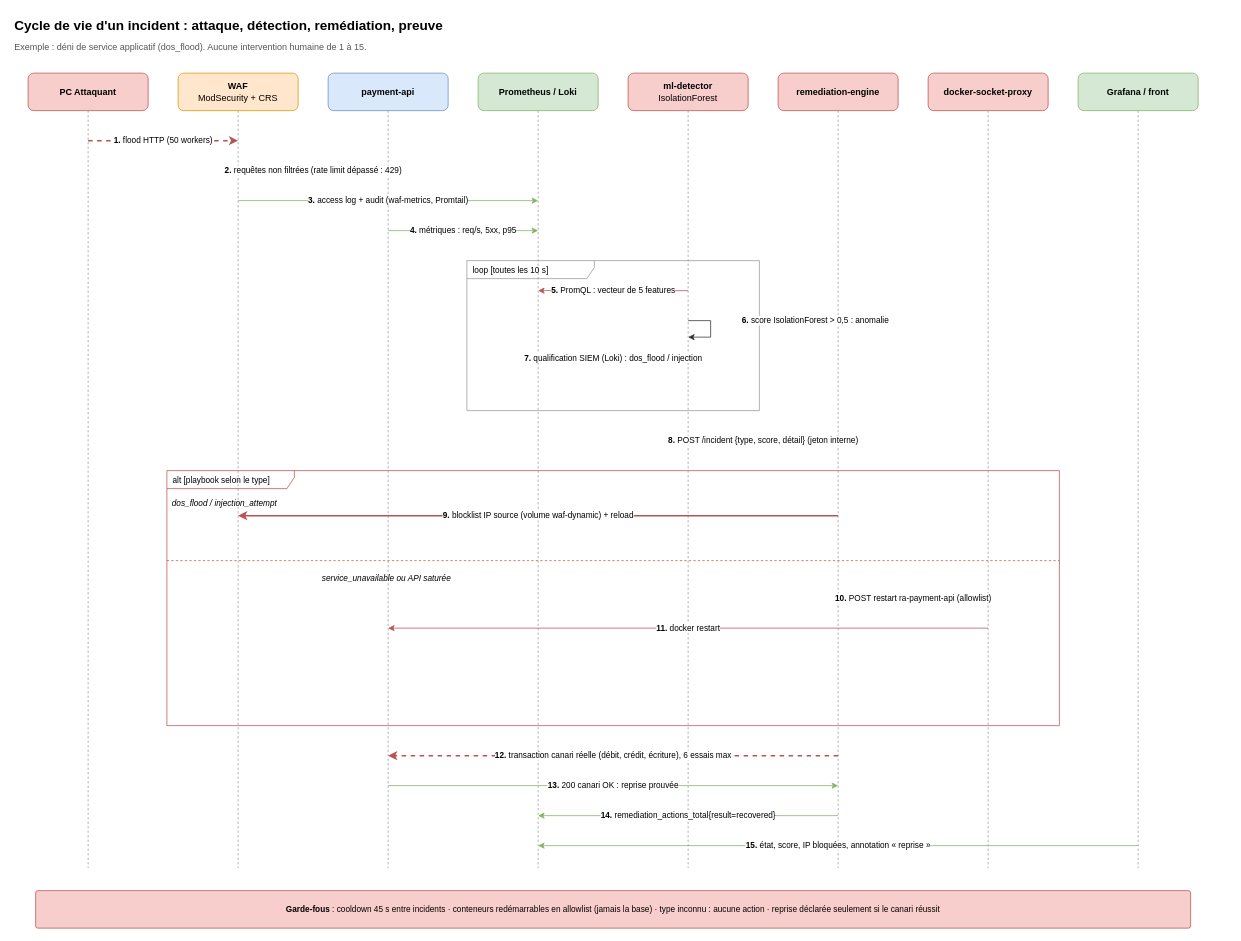
Rococo77/Workshop-26 keeps this draw.io diagram as page "Séquence d'un incident" (1 of 2) of docs/diagrams/incident.drawio. Above is the earlier version. Source tidied: cells renumbered, new cells numbered last; positions are measured from the earlier drawing's top-left corner, leaving out a move shared by most shapes. Both pictures are drawn from the tidied source at 75%, with x=0, y=0 at pixel (13, 13).
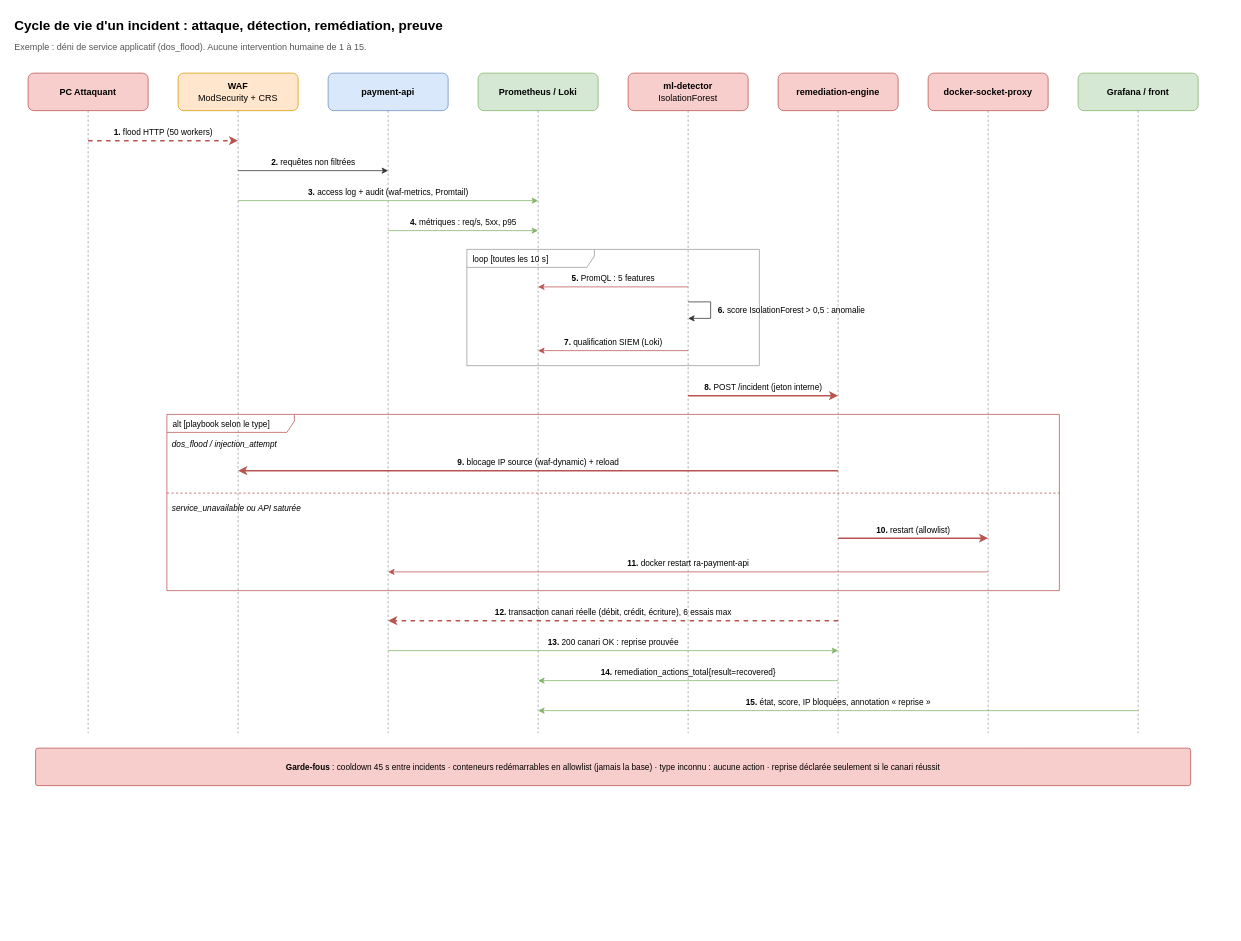
Above is the later version.

Diff of the diagram source:
```diff
@@
     <mxCell id="5" style="html=1;fontSize=11;labelBackgroundColor=default;strokeColor=#999999;strokeWidth=1;endFill=1;dashed=1;endArrow=none;" parent="1" edge="1">
       <mxGeometry relative="1" as="geometry">
         <mxPoint x="100" y="130" as="sourcePoint" />
-        <mxPoint x="100" y="1140" as="targetPoint" />
+        <mxPoint x="100" y="960" as="targetPoint" />
       </mxGeometry>
     </mxCell>
@@
     <mxCell id="7" style="html=1;fontSize=11;labelBackgroundColor=default;strokeColor=#999999;strokeWidth=1;endFill=1;dashed=1;endArrow=none;" parent="1" edge="1">
       <mxGeometry relative="1" as="geometry">
         <mxPoint x="300" y="130" as="sourcePoint" />
-        <mxPoint x="300" y="1140" as="targetPoint" />
+        <mxPoint x="300" y="960" as="targetPoint" />
       </mxGeometry>
     </mxCell>
@@
     <mxCell id="9" style="html=1;fontSize=11;labelBackgroundColor=default;strokeColor=#999999;strokeWidth=1;endFill=1;dashed=1;endArrow=none;" parent="1" edge="1">
       <mxGeometry relative="1" as="geometry">
         <mxPoint x="500" y="130" as="sourcePoint" />
-        <mxPoint x="500" y="1140" as="targetPoint" />
+        <mxPoint x="500" y="960" as="targetPoint" />
       </mxGeometry>
     </mxCell>
@@
     <mxCell id="11" style="html=1;fontSize=11;labelBackgroundColor=default;strokeColor=#999999;strokeWidth=1;endFill=1;dashed=1;endArrow=none;" parent="1" edge="1">
       <mxGeometry relative="1" as="geometry">
         <mxPoint x="700" y="130" as="sourcePoint" />
-        <mxPoint x="700" y="1140" as="targetPoint" />
+        <mxPoint x="700" y="960" as="targetPoint" />
       </mxGeometry>
     </mxCell>
@@
     <mxCell id="13" style="html=1;fontSize=11;labelBackgroundColor=default;strokeColor=#999999;strokeWidth=1;endFill=1;dashed=1;endArrow=none;" parent="1" edge="1">
       <mxGeometry relative="1" as="geometry">
         <mxPoint x="900" y="130" as="sourcePoint" />
-        <mxPoint x="900" y="1140" as="targetPoint" />
+        <mxPoint x="900" y="960" as="targetPoint" />
       </mxGeometry>
     </mxCell>
@@
     <mxCell id="15" style="html=1;fontSize=11;labelBackgroundColor=default;strokeColor=#999999;strokeWidth=1;endFill=1;dashed=1;endArrow=none;" parent="1" edge="1">
       <mxGeometry relative="1" as="geometry">
         <mxPoint x="1100" y="130" as="sourcePoint" />
-        <mxPoint x="1100" y="1140" as="targetPoint" />
+        <mxPoint x="1100" y="960" as="targetPoint" />
       </mxGeometry>
     </mxCell>
@@
     <mxCell id="17" style="html=1;fontSize=11;labelBackgroundColor=default;strokeColor=#999999;strokeWidth=1;endFill=1;dashed=1;endArrow=none;" parent="1" edge="1">
       <mxGeometry relative="1" as="geometry">
         <mxPoint x="1300" y="130" as="sourcePoint" />
-        <mxPoint x="1300" y="1140" as="targetPoint" />
+        <mxPoint x="1300" y="960" as="targetPoint" />
       </mxGeometry>
     </mxCell>
@@
     <mxCell id="19" style="html=1;fontSize=11;labelBackgroundColor=default;strokeColor=#999999;strokeWidth=1;endFill=1;dashed=1;endArrow=none;" parent="1" edge="1">
       <mxGeometry relative="1" as="geometry">
         <mxPoint x="1500" y="130" as="sourcePoint" />
-        <mxPoint x="1500" y="1140" as="targetPoint" />
+        <mxPoint x="1500" y="960" as="targetPoint" />
       </mxGeometry>
     </mxCell>
-    <mxCell id="20" value="&lt;b&gt;1.&lt;/b&gt; flood HTTP (50 workers)" style="html=1;fontSize=11;labelBackgroundColor=default;strokeColor=#b85450;strokeWidth=2;endFill=1;dashed=1;" parent="1" edge="1">
+    <mxCell id="20" value="&lt;b&gt;1.&lt;/b&gt; flood HTTP (50 workers)" style="html=1;fontSize=11;labelBackgroundColor=default;strokeColor=#b85450;strokeWidth=2;endFill=1;dashed=1;verticalAlign=bottom;labelBackgroundColor=none;spacingBottom=2;" parent="1" edge="1">
       <mxGeometry relative="1" as="geometry">
         <mxPoint x="100" y="170" as="sourcePoint" />
         <mxPoint x="300" y="170" as="targetPoint" />
       </mxGeometry>
     </mxCell>
-    <mxCell id="21" value="&lt;b&gt;2.&lt;/b&gt; requêtes non filtrées (rate limit dépassé : 429)" style="html=1;fontSize=11;labelBackgroundColor=default;strokeColor=#333333;strokeWidth=1;endFill=1;" parent="1" edge="1">
+    <mxCell id="21" value="&lt;b&gt;2.&lt;/b&gt; requêtes non filtrées" style="html=1;fontSize=11;labelBackgroundColor=default;strokeColor=#333333;strokeWidth=1;endFill=1;verticalAlign=bottom;labelBackgroundColor=none;spacingBottom=2;" parent="1" edge="1">
       <mxGeometry relative="1" as="geometry">
         <mxPoint x="300" y="210" as="sourcePoint" />
         <mxPoint x="500" y="210" as="targetPoint" />
       </mxGeometry>
     </mxCell>
-    <mxCell id="22" value="&lt;b&gt;3.&lt;/b&gt; access log + audit (waf-metrics, Promtail)" style="html=1;fontSize=11;labelBackgroundColor=default;strokeColor=#82b366;strokeWidth=1;endFill=1;" parent="1" edge="1">
+    <mxCell id="22" value="&lt;b&gt;3.&lt;/b&gt; access log + audit (waf-metrics, Promtail)" style="html=1;fontSize=11;labelBackgroundColor=default;strokeColor=#82b366;strokeWidth=1;endFill=1;verticalAlign=bottom;labelBackgroundColor=none;spacingBottom=2;" parent="1" edge="1">
       <mxGeometry relative="1" as="geometry">
         <mxPoint x="300" y="250" as="sourcePoint" />
         <mxPoint x="700" y="250" as="targetPoint" />
       </mxGeometry>
     </mxCell>
-    <mxCell id="23" value="&lt;b&gt;4.&lt;/b&gt; métriques : req/s, 5xx, p95" style="html=1;fontSize=11;labelBackgroundColor=default;strokeColor=#82b366;strokeWidth=1;endFill=1;" parent="1" edge="1">
+    <mxCell id="23" value="&lt;b&gt;4.&lt;/b&gt; métriques : req/s, 5xx, p95" style="html=1;fontSize=11;labelBackgroundColor=default;strokeColor=#82b366;strokeWidth=1;endFill=1;verticalAlign=bottom;labelBackgroundColor=none;spacingBottom=2;" parent="1" edge="1">
       <mxGeometry relative="1" as="geometry">
         <mxPoint x="500" y="290" as="sourcePoint" />
         <mxPoint x="700" y="290" as="targetPoint" />
       </mxGeometry>
     </mxCell>
     <mxCell id="24" value="loop [toutes les 10 s]" style="shape=umlFrame;whiteSpace=wrap;html=1;width=170;height=24;fontSize=11;strokeColor=#999999;fillColor=none;boundedLbl=1;verticalAlign=top;align=left;spacingLeft=6;" parent="1" vertex="1">
-      <mxGeometry x="605" y="330" width="390" height="200" as="geometry" />
+      <mxGeometry x="605" y="315" width="390" height="155" as="geometry" />
     </mxCell>
-    <mxCell id="25" value="&lt;b&gt;5.&lt;/b&gt; PromQL : vecteur de 5 features" style="html=1;fontSize=11;labelBackgroundColor=default;strokeColor=#b85450;strokeWidth=1;endFill=1;" parent="1" edge="1">
+    <mxCell id="25" value="&lt;b&gt;5.&lt;/b&gt; PromQL : 5 features" style="html=1;fontSize=11;labelBackgroundColor=default;strokeColor=#b85450;strokeWidth=1;endFill=1;verticalAlign=bottom;labelBackgroundColor=none;spacingBottom=2;" parent="1" edge="1">
       <mxGeometry relative="1" as="geometry">
-        <mxPoint x="900" y="370" as="sourcePoint" />
-        <mxPoint x="700" y="370" as="targetPoint" />
+        <mxPoint x="900" y="365" as="sourcePoint" />
+        <mxPoint x="700" y="365" as="targetPoint" />
       </mxGeometry>
     </mxCell>
-    <mxCell id="26" value="&lt;b&gt;6.&lt;/b&gt; score IsolationForest &gt; 0,5 : anomalie" style="html=1;fontSize=11;align=left;labelBackgroundColor=default;strokeColor=#333333;endFill=1;edgeStyle=orthogonalEdgeStyle;rounded=0;" parent="1" edge="1">
+    <mxCell id="26" style="html=1;strokeColor=#333333;endFill=1;edgeStyle=orthogonalEdgeStyle;rounded=0;" parent="1" edge="1">
       <mxGeometry relative="1" as="geometry">
-        <mxPoint x="900" y="410" as="sourcePoint" />
-        <mxPoint x="900" y="432" as="targetPoint" />
+        <mxPoint x="900" y="385" as="sourcePoint" />
+        <mxPoint x="900" y="407" as="targetPoint" />
         <Array as="points">
-          <mxPoint x="930" y="410" />
-          <mxPoint x="930" y="432" />
+          <mxPoint x="930" y="385" />
+          <mxPoint x="930" y="407" />
         </Array>
-        <mxPoint x="40" y="-11" as="offset" />
       </mxGeometry>
     </mxCell>
-    <mxCell id="27" value="&lt;b&gt;7.&lt;/b&gt; qualification SIEM (Loki) : dos_flood / injection" style="html=1;fontSize=11;labelBackgroundColor=default;strokeColor=#b85450;strokeWidth=1;endFill=1;" parent="1" edge="1">
-      <mxGeometry relative="1" as="geometry">
-        <mxPoint x="900" y="460" as="sourcePoint" />
-        <mxPoint x="700" y="460" as="targetPoint" />
-      </mxGeometry>
-    </mxCell>
+    <mxCell id="41" value="&lt;b&gt;6.&lt;/b&gt; score IsolationForest &gt; 0,5 : anomalie" style="text;html=1;whiteSpace=wrap;align=left;verticalAlign=top;fontSize=11;verticalAlign=middle;" parent="1" vertex="1">
+      <mxGeometry x="938" y="384" width="420" height="24" as="geometry" />
+    </mxCell>
-    <mxCell id="28" value="&lt;b&gt;8.&lt;/b&gt; POST /incident {type, score, détail} (jeton interne)" style="html=1;fontSize=11;labelBackgroundColor=default;strokeColor=#b85450;strokeWidth=2;endFill=1;" parent="1" edge="1">
+    <mxCell id="28" value="&lt;b&gt;7.&lt;/b&gt; qualification SIEM (Loki)" style="html=1;fontSize=11;labelBackgroundColor=default;strokeColor=#b85450;strokeWidth=1;endFill=1;verticalAlign=bottom;labelBackgroundColor=none;spacingBottom=2;" parent="1" edge="1">
       <mxGeometry relative="1" as="geometry">
-        <mxPoint x="900" y="570" as="sourcePoint" />
-        <mxPoint x="1100" y="570" as="targetPoint" />
+        <mxPoint x="900" y="450" as="sourcePoint" />
+        <mxPoint x="700" y="450" as="targetPoint" />
       </mxGeometry>
     </mxCell>
+    <mxCell id="42" value="&lt;b&gt;8.&lt;/b&gt; POST /incident (jeton interne)" style="html=1;fontSize=11;labelBackgroundColor=default;strokeColor=#b85450;strokeWidth=2;endFill=1;verticalAlign=bottom;labelBackgroundColor=none;spacingBottom=2;" parent="1" edge="1">
+      <mxGeometry relative="1" as="geometry">
+        <mxPoint x="900" y="510" as="sourcePoint" />
+        <mxPoint x="1100" y="510" as="targetPoint" />
+      </mxGeometry>
+    </mxCell>
     <mxCell id="29" value="alt [playbook selon le type]" style="shape=umlFrame;whiteSpace=wrap;html=1;width=170;height=24;fontSize=11;strokeColor=#b85450;fillColor=none;boundedLbl=1;verticalAlign=top;align=left;spacingLeft=6;" parent="1" vertex="1">
-      <mxGeometry x="205" y="610" width="1190" height="340" as="geometry" />
+      <mxGeometry x="205" y="535" width="1190" height="235" as="geometry" />
     </mxCell>
     <mxCell id="30" value="&lt;i&gt;dos_flood / injection_attempt&lt;/i&gt;" style="text;html=1;whiteSpace=wrap;align=left;verticalAlign=top;fontSize=11;" parent="1" vertex="1">
-      <mxGeometry x="210" y="640" width="400" height="20" as="geometry" />
+      <mxGeometry x="210" y="562" width="300" height="20" as="geometry" />
     </mxCell>
-    <mxCell id="31" value="&lt;b&gt;9.&lt;/b&gt; blocklist IP source (volume waf-dynamic) + reload" style="html=1;fontSize=11;labelBackgroundColor=default;strokeColor=#b85450;strokeWidth=2;endFill=1;" parent="1" edge="1">
-      <mxGeometry relative="1" as="geometry">
-        <mxPoint x="1100" y="670" as="sourcePoint" />
-        <mxPoint x="300" y="670" as="targetPoint" />
-      </mxGeometry>
-    </mxCell>
-    <mxCell id="32" style="html=1;fontSize=11;labelBackgroundColor=default;strokeColor=#b85450;strokeWidth=1;endFill=1;dashed=1;endArrow=none;" parent="1" edge="1">
+    <mxCell id="32" value="&lt;b&gt;9.&lt;/b&gt; blocage IP source (waf-dynamic) + reload" style="html=1;fontSize=11;labelBackgroundColor=default;strokeColor=#b85450;strokeWidth=2;endFill=1;verticalAlign=bottom;labelBackgroundColor=none;spacingBottom=2;" parent="1" edge="1">
       <mxGeometry relative="1" as="geometry">
-        <mxPoint x="205" y="730" as="sourcePoint" />
-        <mxPoint x="1395" y="730" as="targetPoint" />
+        <mxPoint x="1100" y="610" as="sourcePoint" />
+        <mxPoint x="300" y="610" as="targetPoint" />
       </mxGeometry>
     </mxCell>
+    <mxCell id="43" style="html=1;fontSize=11;labelBackgroundColor=default;strokeColor=#b85450;strokeWidth=1;endFill=1;dashed=1;endArrow=none;" parent="1" edge="1">
+      <mxGeometry relative="1" as="geometry">
+        <mxPoint x="205" y="640" as="sourcePoint" />
+        <mxPoint x="1395" y="640" as="targetPoint" />
+      </mxGeometry>
+    </mxCell>
     <mxCell id="33" value="&lt;i&gt;service_unavailable ou API saturée&lt;/i&gt;" style="text;html=1;whiteSpace=wrap;align=left;verticalAlign=top;fontSize=11;" parent="1" vertex="1">
-      <mxGeometry x="410" y="740" width="500" height="20" as="geometry" />
+      <mxGeometry x="210" y="647" width="300" height="20" as="geometry" />
     </mxCell>
-    <mxCell id="34" value="&lt;b&gt;10.&lt;/b&gt; POST restart ra-payment-api (allowlist)" style="html=1;fontSize=11;labelBackgroundColor=default;strokeColor=#b85450;strokeWidth=2;endFill=1;" parent="1" edge="1">
-      <mxGeometry relative="1" as="geometry">
-        <mxPoint x="1100" y="780" as="sourcePoint" />
-        <mxPoint x="1300" y="780" as="targetPoint" />
-      </mxGeometry>
-    </mxCell>
-    <mxCell id="35" value="&lt;b&gt;11.&lt;/b&gt; docker restart" style="html=1;fontSize=11;labelBackgroundColor=default;strokeColor=#b85450;strokeWidth=1;endFill=1;" parent="1" edge="1">
+    <mxCell id="35" value="&lt;b&gt;10.&lt;/b&gt; restart (allowlist)" style="html=1;fontSize=11;labelBackgroundColor=default;strokeColor=#b85450;strokeWidth=2;endFill=1;verticalAlign=bottom;labelBackgroundColor=none;spacingBottom=2;" parent="1" edge="1">
       <mxGeometry relative="1" as="geometry">
-        <mxPoint x="1300" y="820" as="sourcePoint" />
-        <mxPoint x="500" y="820" as="targetPoint" />
+        <mxPoint x="1100" y="700" as="sourcePoint" />
+        <mxPoint x="1300" y="700" as="targetPoint" />
       </mxGeometry>
     </mxCell>
-    <mxCell id="36" value="&lt;b&gt;12.&lt;/b&gt; transaction canari réelle (débit, crédit, écriture), 6 essais max" style="html=1;fontSize=11;labelBackgroundColor=default;strokeColor=#b85450;strokeWidth=2;endFill=1;dashed=1;" parent="1" edge="1">
+    <mxCell id="36" value="&lt;b&gt;11.&lt;/b&gt; docker restart ra-payment-api" style="html=1;fontSize=11;labelBackgroundColor=default;strokeColor=#b85450;strokeWidth=1;endFill=1;verticalAlign=bottom;labelBackgroundColor=none;spacingBottom=2;" parent="1" edge="1">
       <mxGeometry relative="1" as="geometry">
-        <mxPoint x="1100" y="990" as="sourcePoint" />
-        <mxPoint x="500" y="990" as="targetPoint" />
+        <mxPoint x="1300" y="745" as="sourcePoint" />
+        <mxPoint x="500" y="745" as="targetPoint" />
       </mxGeometry>
     </mxCell>
-    <mxCell id="37" value="&lt;b&gt;13.&lt;/b&gt; 200 canari OK : reprise prouvée" style="html=1;fontSize=11;labelBackgroundColor=default;strokeColor=#82b366;strokeWidth=1;endFill=1;" parent="1" edge="1">
+    <mxCell id="37" value="&lt;b&gt;12.&lt;/b&gt; transaction canari réelle (débit, crédit, écriture), 6 essais max" style="html=1;fontSize=11;labelBackgroundColor=default;strokeColor=#b85450;strokeWidth=2;endFill=1;dashed=1;verticalAlign=bottom;labelBackgroundColor=none;spacingBottom=2;" parent="1" edge="1">
       <mxGeometry relative="1" as="geometry">
-        <mxPoint x="500" y="1030" as="sourcePoint" />
-        <mxPoint x="1100" y="1030" as="targetPoint" />
+        <mxPoint x="1100" y="810" as="sourcePoint" />
+        <mxPoint x="500" y="810" as="targetPoint" />
       </mxGeometry>
     </mxCell>
-    <mxCell id="38" value="&lt;b&gt;14.&lt;/b&gt; remediation_actions_total{result=recovered}" style="html=1;fontSize=11;labelBackgroundColor=default;strokeColor=#82b366;strokeWidth=1;endFill=1;" parent="1" edge="1">
+    <mxCell id="38" value="&lt;b&gt;13.&lt;/b&gt; 200 canari OK : reprise prouvée" style="html=1;fontSize=11;labelBackgroundColor=default;strokeColor=#82b366;strokeWidth=1;endFill=1;verticalAlign=bottom;labelBackgroundColor=none;spacingBottom=2;" parent="1" edge="1">
       <mxGeometry relative="1" as="geometry">
-        <mxPoint x="1100" y="1070" as="sourcePoint" />
-        <mxPoint x="700" y="1070" as="targetPoint" />
+        <mxPoint x="500" y="850" as="sourcePoint" />
+        <mxPoint x="1100" y="850" as="targetPoint" />
       </mxGeometry>
     </mxCell>
-    <mxCell id="39" value="&lt;b&gt;15.&lt;/b&gt; état, score, IP bloquées, annotation « reprise »" style="html=1;fontSize=11;labelBackgroundColor=default;strokeColor=#82b366;strokeWidth=1;endFill=1;" parent="1" edge="1">
+    <mxCell id="39" value="&lt;b&gt;14.&lt;/b&gt; remediation_actions_total{result=recovered}" style="html=1;fontSize=11;labelBackgroundColor=default;strokeColor=#82b366;strokeWidth=1;endFill=1;verticalAlign=bottom;labelBackgroundColor=none;spacingBottom=2;" parent="1" edge="1">
       <mxGeometry relative="1" as="geometry">
-        <mxPoint x="1500" y="1110" as="sourcePoint" />
-        <mxPoint x="700" y="1110" as="targetPoint" />
+        <mxPoint x="1100" y="890" as="sourcePoint" />
+        <mxPoint x="700" y="890" as="targetPoint" />
       </mxGeometry>
     </mxCell>
+    <mxCell id="44" value="&lt;b&gt;15.&lt;/b&gt; état, score, IP bloquées, annotation « reprise »" style="html=1;fontSize=11;labelBackgroundColor=default;strokeColor=#82b366;strokeWidth=1;endFill=1;verticalAlign=bottom;labelBackgroundColor=none;spacingBottom=2;" parent="1" edge="1">
+      <mxGeometry relative="1" as="geometry">
+        <mxPoint x="1500" y="930" as="sourcePoint" />
+        <mxPoint x="700" y="930" as="targetPoint" />
+      </mxGeometry>
+    </mxCell>
     <mxCell id="40" value="&lt;b&gt;Garde-fous&lt;/b&gt; : cooldown 45 s entre incidents · conteneurs redémarrables en allowlist (jamais la base) · type inconnu : aucune action · reprise déclarée seulement si le canari réussit" style="rounded=1;whiteSpace=wrap;html=1;fillColor=#f8cecc;strokeColor=#b85450;fontSize=11;arcSize=6;" parent="1" vertex="1">
-      <mxGeometry x="30" y="1170" width="1540" height="50" as="geometry" />
+      <mxGeometry x="30" y="980" width="1540" height="50" as="geometry" />
     </mxCell>
```
